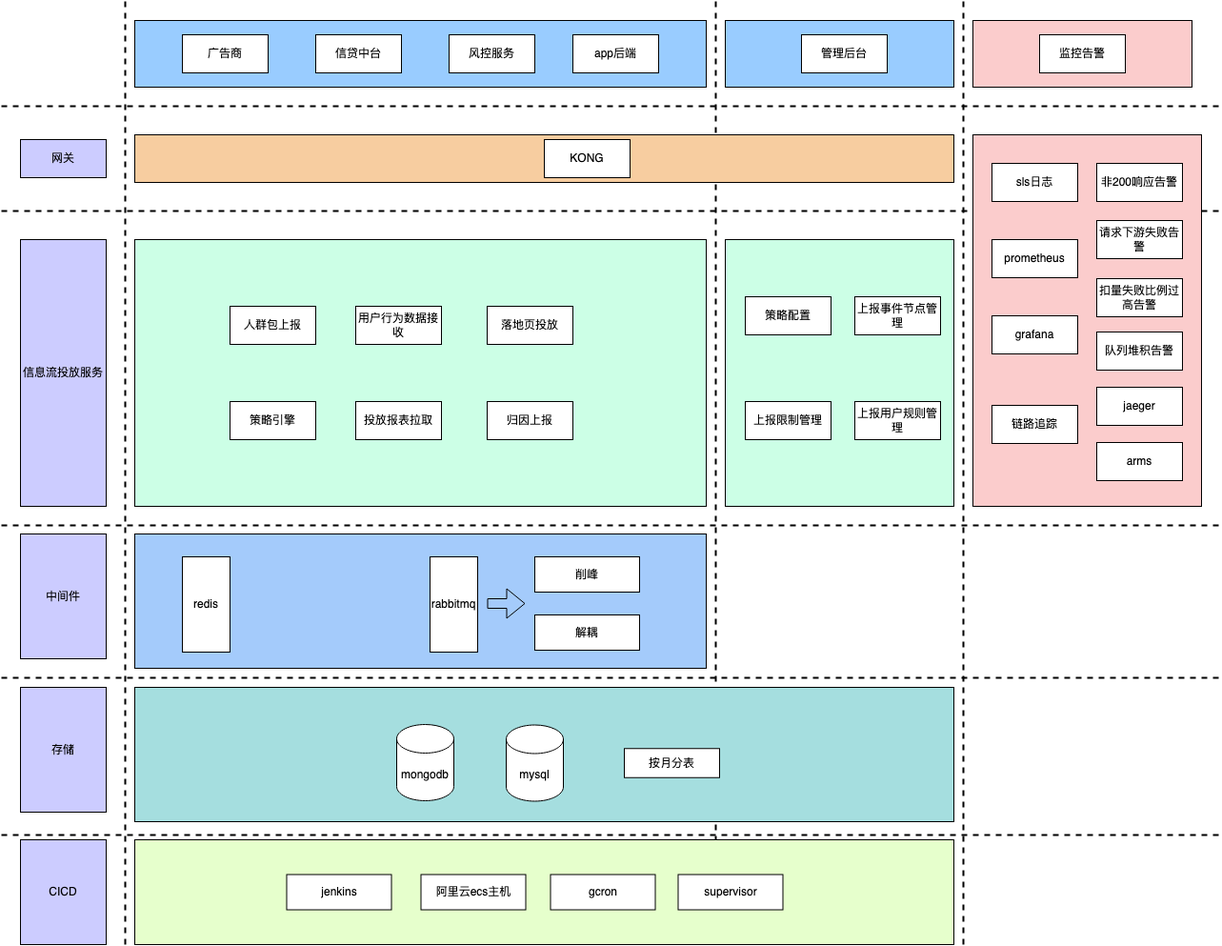
Before: 信息流投放架构.png, a diagram exported from draw.io (yuanlj-tea/picgo). Source tidied: cells renumbered, new cells last; positions are measured from the earlier drawing's top-left corner, leaving out a move shared by most shapes.
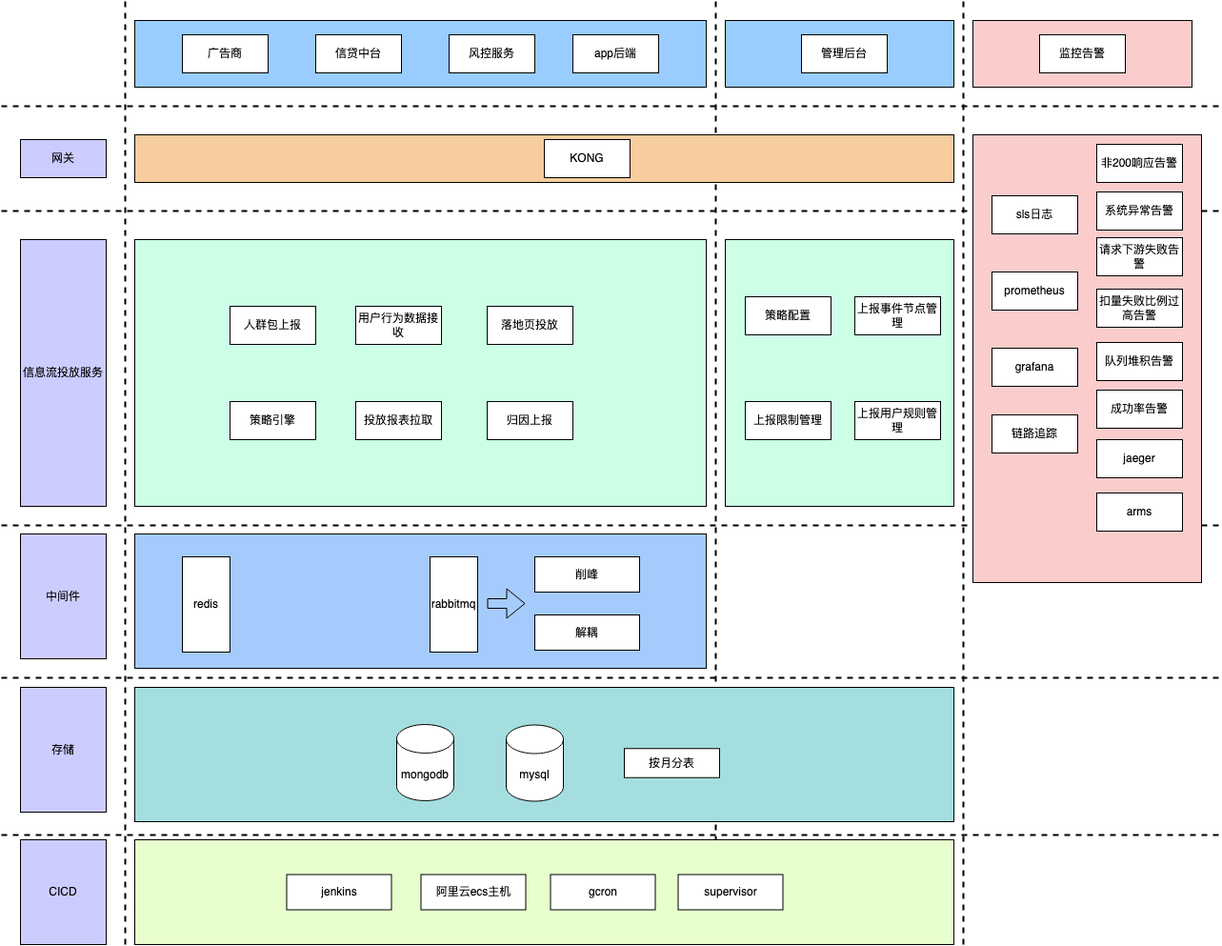
After the commit.

Commit message:
更新信息流投放架构.png

What changed in the source:
```diff
@@ -2,6 +2,12 @@
   <root>
     <mxCell id="0" />
     <mxCell id="1" parent="0" />
+    <mxCell id="42" style="endArrow=none;dashed=1;html=1;rounded=0;strokeWidth=2;" parent="1" edge="1">
+      <mxGeometry relative="1" as="geometry">
+        <mxPoint y="550" as="sourcePoint" />
+        <mxPoint x="1280" y="550" as="targetPoint" />
+      </mxGeometry>
+    </mxCell>
     <mxCell id="2" style="rounded=0;whiteSpace=wrap;html=1;fillColor=#99CCFF;" parent="1" vertex="1">
       <mxGeometry x="140" y="20" width="600" height="70" as="geometry" />
     </mxCell>
@@ -78,7 +84,7 @@
       <mxGeometry x="760" y="250" width="240" height="280" as="geometry" />
     </mxCell>
     <mxCell id="22" style="rounded=0;whiteSpace=wrap;html=1;fillColor=#FBCCCC;" parent="1" vertex="1">
-      <mxGeometry x="1020" y="140" width="240" height="390" as="geometry" />
+      <mxGeometry x="1020" y="140" width="240" height="470" as="geometry" />
     </mxCell>
     <mxCell id="23" value="策略配置" style="rounded=0;whiteSpace=wrap;html=1;" parent="1" vertex="1">
       <mxGeometry x="781" y="310" width="90" height="40" as="geometry" />
@@ -108,41 +114,35 @@
       <mxGeometry x="372" y="420" width="90" height="40" as="geometry" />
     </mxCell>
     <mxCell id="32" value="sls日志" style="rounded=0;whiteSpace=wrap;html=1;" parent="1" vertex="1">
-      <mxGeometry x="1040" y="170" width="90" height="40" as="geometry" />
+      <mxGeometry x="1040" y="204" width="90" height="40" as="geometry" />
     </mxCell>
     <mxCell id="33" value="非200响应告警" style="rounded=0;whiteSpace=wrap;html=1;" parent="1" vertex="1">
-      <mxGeometry x="1150" y="170" width="90" height="40" as="geometry" />
+      <mxGeometry x="1150" y="150" width="90" height="40" as="geometry" />
     </mxCell>
     <mxCell id="34" value="请求下游失败告警" style="rounded=0;whiteSpace=wrap;html=1;" parent="1" vertex="1">
-      <mxGeometry x="1150" y="230" width="90" height="40" as="geometry" />
+      <mxGeometry x="1150" y="248" width="90" height="40" as="geometry" />
     </mxCell>
     <mxCell id="35" value="prometheus" style="rounded=0;whiteSpace=wrap;html=1;" parent="1" vertex="1">
-      <mxGeometry x="1040" y="250" width="90" height="40" as="geometry" />
+      <mxGeometry x="1040" y="284" width="90" height="40" as="geometry" />
     </mxCell>
     <mxCell id="36" value="grafana" style="rounded=0;whiteSpace=wrap;html=1;" parent="1" vertex="1">
-      <mxGeometry x="1040" y="330" width="90" height="40" as="geometry" />
+      <mxGeometry x="1040" y="364" width="90" height="40" as="geometry" />
     </mxCell>
     <mxCell id="37" value="链路追踪" style="rounded=0;whiteSpace=wrap;html=1;" parent="1" vertex="1">
-      <mxGeometry x="1040" y="424" width="90" height="40" as="geometry" />
+      <mxGeometry x="1040" y="434" width="90" height="40" as="geometry" />
     </mxCell>
     <mxCell id="38" value="jaeger" style="rounded=0;whiteSpace=wrap;html=1;" parent="1" vertex="1">
-      <mxGeometry x="1150" y="405" width="90" height="40" as="geometry" />
+      <mxGeometry x="1150" y="460" width="90" height="40" as="geometry" />
     </mxCell>
     <mxCell id="39" value="arms" style="rounded=0;whiteSpace=wrap;html=1;" parent="1" vertex="1">
-      <mxGeometry x="1150" y="463" width="90" height="40" as="geometry" />
+      <mxGeometry x="1150" y="516" width="90" height="40" as="geometry" />
     </mxCell>
     <mxCell id="40" value="扣量失败比例过高告警" style="rounded=0;whiteSpace=wrap;html=1;" parent="1" vertex="1">
-      <mxGeometry x="1150" y="291" width="90" height="40" as="geometry" />
+      <mxGeometry x="1150" y="302" width="90" height="40" as="geometry" />
     </mxCell>
     <mxCell id="41" value="队列堆积告警" style="rounded=0;whiteSpace=wrap;html=1;" parent="1" vertex="1">
-      <mxGeometry x="1150" y="347" width="90" height="40" as="geometry" />
+      <mxGeometry x="1150" y="358" width="90" height="40" as="geometry" />
     </mxCell>
-    <mxCell id="42" style="endArrow=none;dashed=1;html=1;rounded=0;strokeWidth=2;" parent="1" edge="1">
-      <mxGeometry relative="1" as="geometry">
-        <mxPoint y="550" as="sourcePoint" />
-        <mxPoint x="1280" y="550" as="targetPoint" />
-      </mxGeometry>
-    </mxCell>
     <mxCell id="43" value="中间件" style="rounded=0;whiteSpace=wrap;html=1;fillColor=#CCCCFF;" parent="1" vertex="1">
       <mxGeometry x="20" y="559" width="90" height="131" as="geometry" />
     </mxCell>
@@ -215,5 +215,11 @@
     <mxCell id="63" value="归因上报" style="rounded=0;whiteSpace=wrap;html=1;" parent="1" vertex="1">
       <mxGeometry x="510" y="420" width="90" height="40" as="geometry" />
     </mxCell>
+    <mxCell id="64" value="成功率告警" style="rounded=0;whiteSpace=wrap;html=1;" parent="1" vertex="1">
+      <mxGeometry x="1150" y="408" width="90" height="40" as="geometry" />
+    </mxCell>
+    <mxCell id="65" value="系统异常告警" style="rounded=0;whiteSpace=wrap;html=1;" parent="1" vertex="1">
+      <mxGeometry x="1150" y="200" width="90" height="40" as="geometry" />
+    </mxCell>
   </root>
 </mxGraphModel>
```
